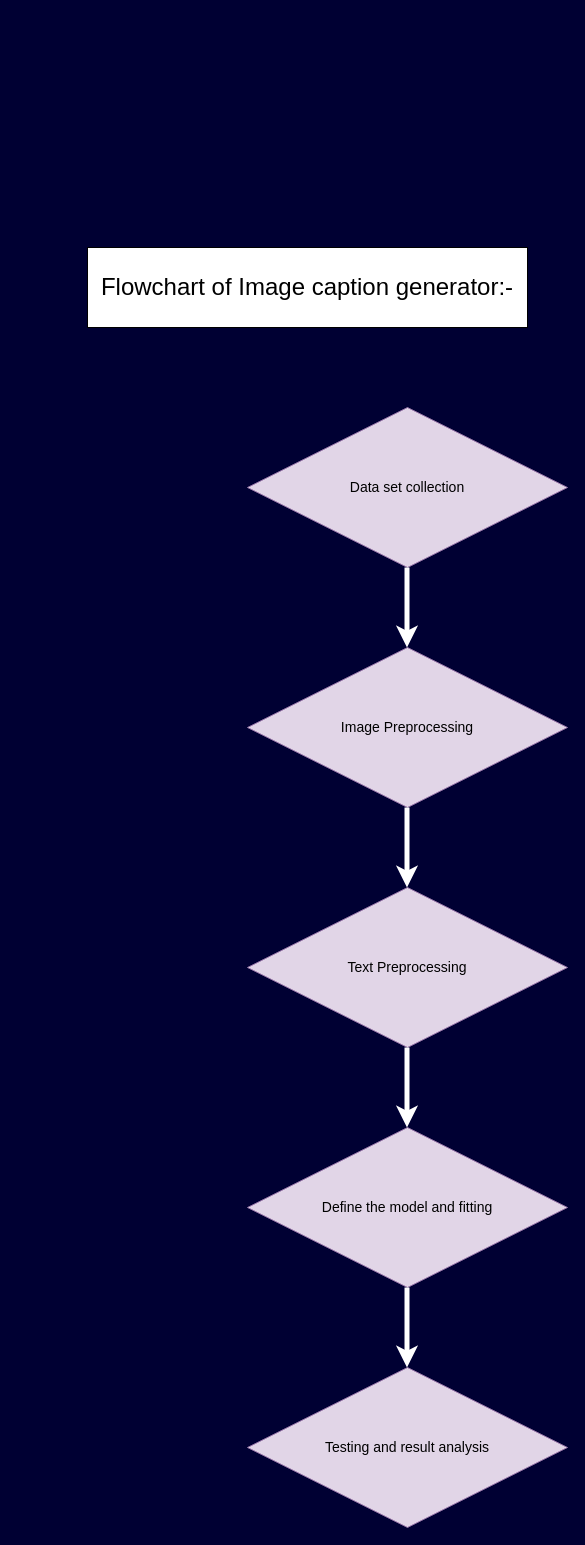
Kp270705/ML-Drawings keeps this draw.io diagram as Flowchart2.drawio. Above is the earlier version. Source tidied: cells renumbered, new cells numbered last; positions are measured from the earlier drawing's top-left corner, leaving out a move shared by most shapes. Both pictures are drawn from the tidied source at 100%, with x=0, y=0 at pixel (87, 247).
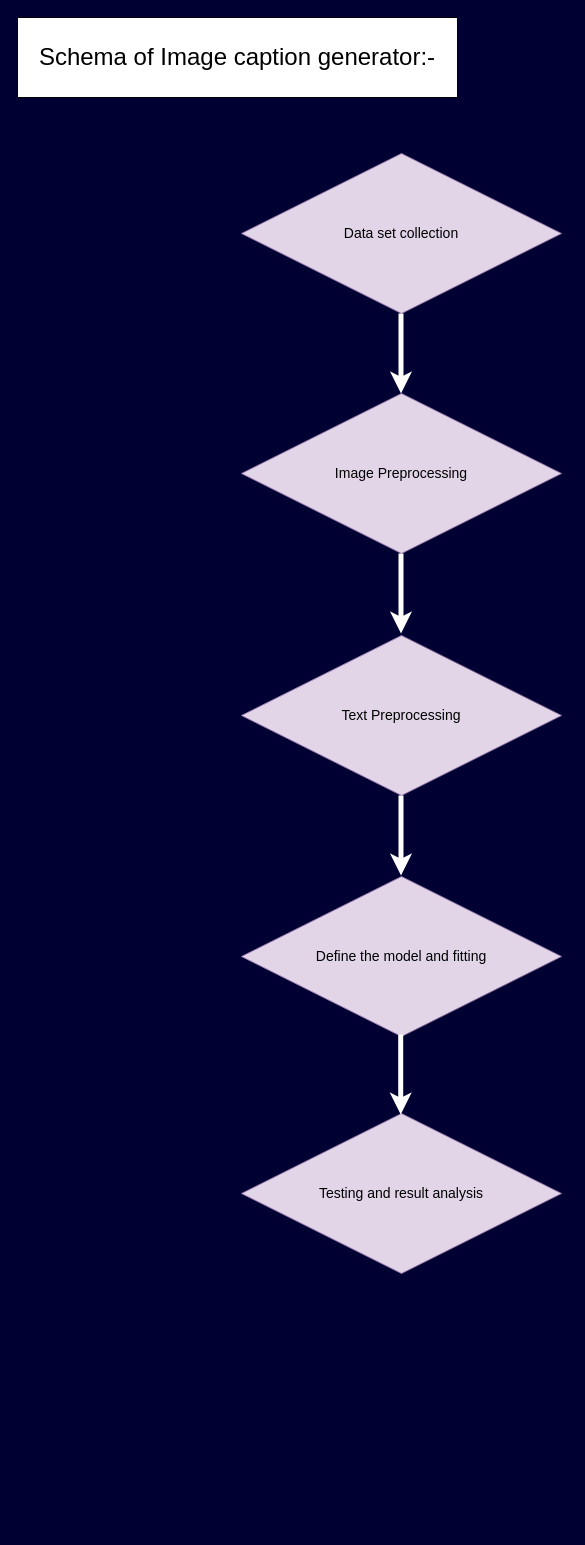
Above is the later version.

The edit, as a diff of the source:
```diff
@@
 <mxGraphModel background="#000033">
   <root>
     <mxCell id="0" />
     <mxCell id="1" parent="0" />
     <mxCell id="2" value="&lt;font style=&quot;font-size: 14px;&quot;&gt;Image Preprocessing&lt;/font&gt;" style="rhombus;whiteSpace=wrap;html=1;fillColor=#e1d5e7;strokeColor=#9673a6;" parent="1" vertex="1">
-      <mxGeometry x="160" y="400" width="320" height="160" as="geometry" />
+      <mxGeometry x="154" y="146" width="320" height="160" as="geometry" />
     </mxCell>
     <mxCell id="3" value="&lt;font style=&quot;font-size: 14px;&quot;&gt;Text Preprocessing&lt;/font&gt;" style="rhombus;whiteSpace=wrap;html=1;fillColor=#e1d5e7;strokeColor=#9673a6;" parent="1" vertex="1">
-      <mxGeometry x="160" y="640" width="320" height="160" as="geometry" />
+      <mxGeometry x="154" y="388" width="320" height="160" as="geometry" />
     </mxCell>
     <mxCell id="4" value="&lt;font style=&quot;font-size: 14px;&quot;&gt;Data set collection&lt;/font&gt;" style="rhombus;whiteSpace=wrap;html=1;fillColor=#e1d5e7;strokeColor=#9673a6;" parent="1" vertex="1">
-      <mxGeometry x="160" y="160" width="320" height="160" as="geometry" />
+      <mxGeometry x="154" y="-94" width="320" height="160" as="geometry" />
     </mxCell>
     <mxCell id="5" value="&lt;font style=&quot;font-size: 14px;&quot;&gt;Define the model and fitting&lt;/font&gt;" style="rhombus;whiteSpace=wrap;html=1;fillColor=#e1d5e7;strokeColor=#9673a6;" parent="1" vertex="1">
-      <mxGeometry x="160" y="880" width="320" height="160" as="geometry" />
+      <mxGeometry x="154" y="629" width="320" height="160" as="geometry" />
     </mxCell>
     <mxCell id="6" value="&lt;font style=&quot;font-size: 14px;&quot;&gt;Testing and result analysis&lt;/font&gt;" style="rhombus;whiteSpace=wrap;html=1;fillColor=#e1d5e7;strokeColor=#9673a6;" parent="1" vertex="1">
-      <mxGeometry x="160" y="1120" width="320" height="160" as="geometry" />
+      <mxGeometry x="154" y="866" width="320" height="160" as="geometry" />
     </mxCell>
     <mxCell id="7" style="endArrow=classic;html=1;rounded=0;strokeColor=#FFFFFF;strokeWidth=5;" parent="1" edge="1">
       <mxGeometry relative="1" as="geometry">
-        <mxPoint x="319.5" y="560" as="sourcePoint" />
-        <mxPoint x="319.5" y="640" as="targetPoint" />
+        <mxPoint x="313.5" y="306" as="sourcePoint" />
+        <mxPoint x="313.5" y="386" as="targetPoint" />
       </mxGeometry>
     </mxCell>
     <mxCell id="8" style="endArrow=classic;html=1;rounded=0;strokeColor=#FFFFFF;strokeWidth=5;" parent="1" edge="1">
       <mxGeometry relative="1" as="geometry">
-        <mxPoint x="319.5" y="1040" as="sourcePoint" />
-        <mxPoint x="319.5" y="1120" as="targetPoint" />
+        <mxPoint x="313.2" y="787" as="sourcePoint" />
+        <mxPoint x="313.2" y="867" as="targetPoint" />
       </mxGeometry>
     </mxCell>
     <mxCell id="9" style="endArrow=classic;html=1;rounded=0;strokeColor=#FFFFFF;strokeWidth=5;" parent="1" edge="1">
       <mxGeometry relative="1" as="geometry">
-        <mxPoint x="319.5" y="800" as="sourcePoint" />
-        <mxPoint x="319.5" y="880" as="targetPoint" />
+        <mxPoint x="313.5" y="548" as="sourcePoint" />
+        <mxPoint x="313.5" y="628" as="targetPoint" />
       </mxGeometry>
     </mxCell>
     <mxCell id="10" style="endArrow=classic;html=1;rounded=0;strokeColor=#FFFFFF;strokeWidth=5;" parent="1" edge="1">
       <mxGeometry relative="1" as="geometry">
-        <mxPoint x="319.5" y="320" as="sourcePoint" />
-        <mxPoint x="319.5" y="400" as="targetPoint" />
+        <mxPoint x="313.5" y="66" as="sourcePoint" />
+        <mxPoint x="313.5" y="146" as="targetPoint" />
       </mxGeometry>
     </mxCell>
-    <mxCell id="11" value="&lt;font style=&quot;font-size: 24px;&quot;&gt;Flowchart of Image caption generator:- &lt;/font&gt;" style="rounded=0;whiteSpace=wrap;html=1;" parent="1" vertex="1">
-      <mxGeometry width="440" height="80" as="geometry" />
+    <mxCell id="11" value="&lt;font style=&quot;font-size: 24px;&quot;&gt;Schema of Image caption generator:- &lt;/font&gt;" style="rounded=0;whiteSpace=wrap;html=1;" parent="1" vertex="1">
+      <mxGeometry x="-70" y="-230" width="440" height="80" as="geometry" />
     </mxCell>
   </root>
 </mxGraphModel>
```
